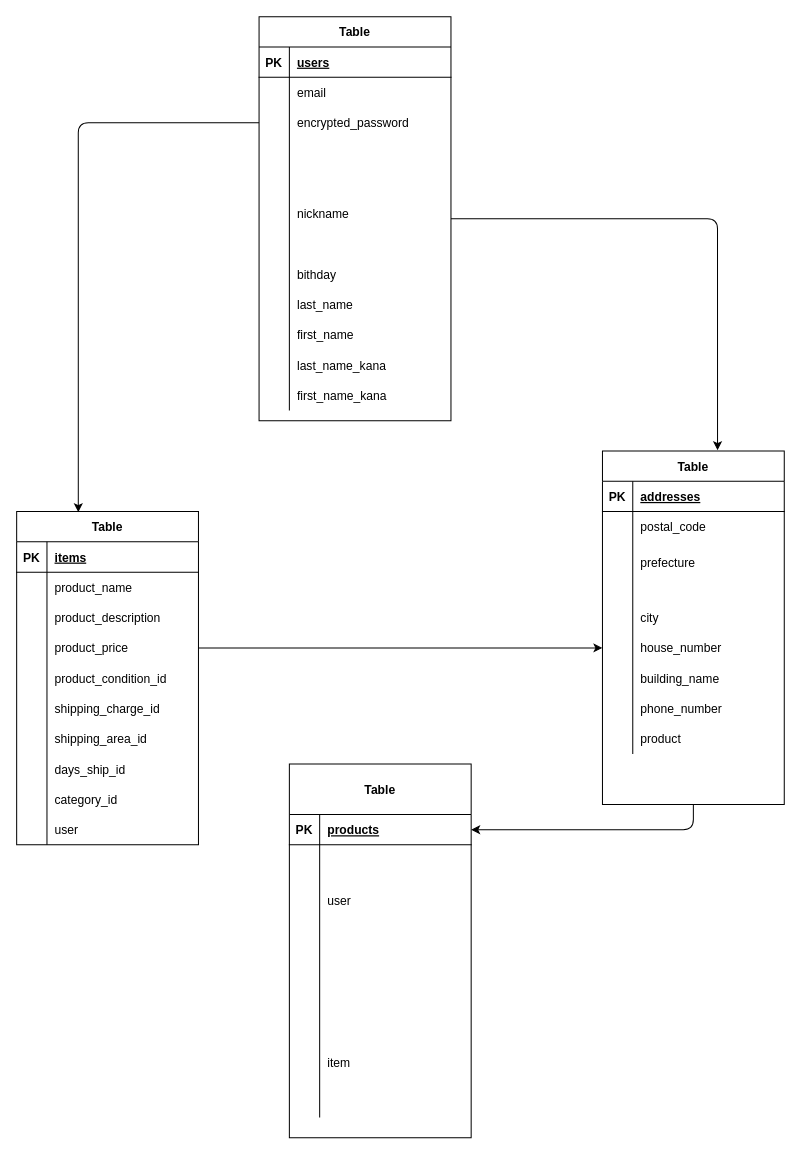
The draw.io diagram furima-35007.dio in Tatsuki5179/furima-35007, before the edit. Source tidied: cells renumbered, new cells numbered last; positions are measured from the earlier drawing's top-left corner, leaving out a move shared by most shapes. Both pictures are drawn from the tidied source at 101%, with x=0, y=0 at pixel (16, 16).
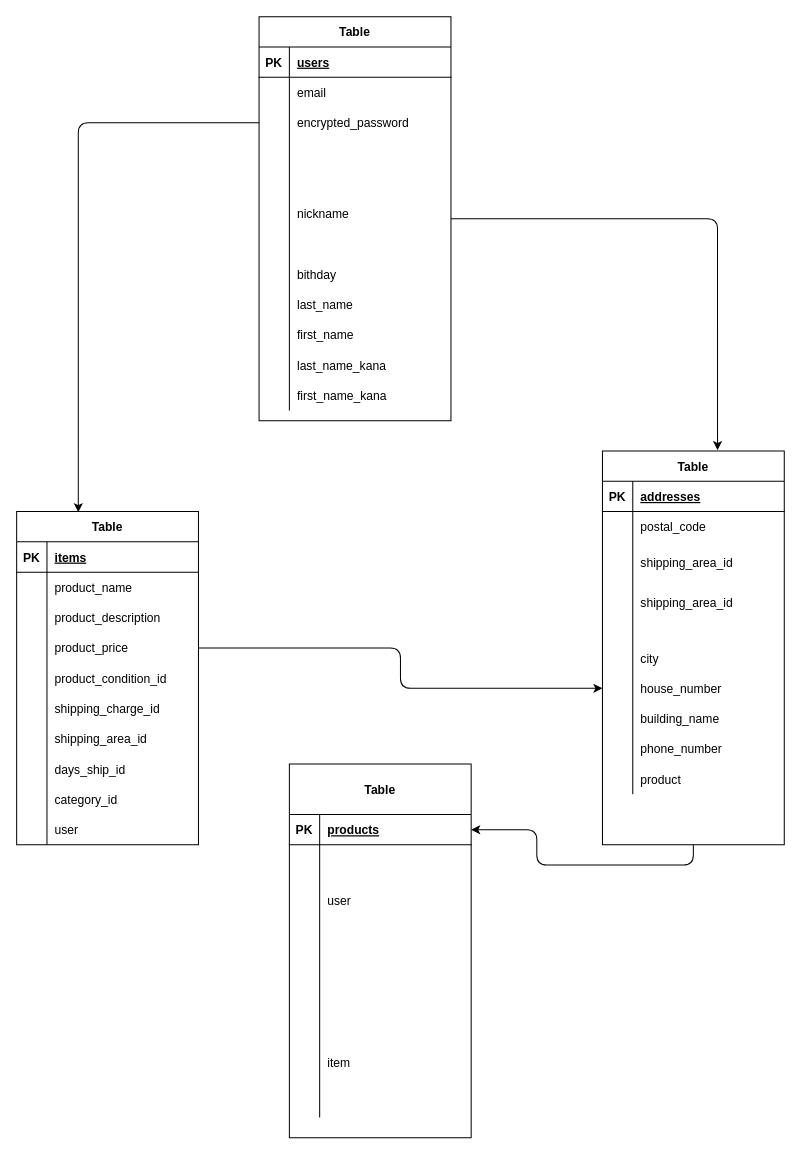
Above is the later version.

Diff of the diagram source:
```diff
@@
     <mxCell id="34" value="Table" style="shape=table;startSize=30;childLayout=tableLayout;rowLines=0;fontStyle=1;align=center;rounded=0;sketch=0;" parent="1" vertex="1">
-      <mxGeometry x="580" y="430" width="180" height="350" as="geometry" />
+      <mxGeometry x="580" y="430" width="180" height="390" as="geometry" />
     </mxCell>
@@
+    <mxCell id="118" style="shape=partialRectangle;fillColor=none;top=0;left=0;bottom=0;right=0;" parent="34" vertex="1">
+      <mxGeometry y="90" width="180" height="40" as="geometry" />
+    </mxCell>
+    <mxCell id="119" style="shape=partialRectangle;fillColor=none;top=0;left=0;bottom=0;right=0;overflow=hidden;" parent="118" vertex="1">
+      <mxGeometry width="30" height="40" as="geometry" />
+    </mxCell>
+    <mxCell id="120" value="shipping_area_id" style="shape=partialRectangle;fillColor=none;top=0;left=0;bottom=0;right=0;align=left;spacingLeft=6;overflow=hidden;" parent="118" vertex="1">
+      <mxGeometry x="30" width="150" height="40" as="geometry" />
+    </mxCell>
     <mxCell id="41" style="shape=partialRectangle;fillColor=none;top=0;left=0;bottom=0;right=0;" parent="34" vertex="1">
-      <mxGeometry y="90" width="180" height="40" as="geometry" />
+      <mxGeometry y="130" width="180" height="40" as="geometry" />
     </mxCell>
@@
-    <mxCell id="43" value="prefecture" style="shape=partialRectangle;fillColor=none;top=0;left=0;bottom=0;right=0;align=left;spacingLeft=6;overflow=hidden;" parent="41" vertex="1">
+    <mxCell id="43" value="shipping_area_id" style="shape=partialRectangle;fillColor=none;top=0;left=0;bottom=0;right=0;align=left;spacingLeft=6;overflow=hidden;" parent="41" vertex="1">
       <mxGeometry x="30" width="150" height="40" as="geometry" />
     </mxCell>
     <mxCell id="44" style="shape=partialRectangle;fillColor=none;top=0;left=0;bottom=0;right=0;" parent="34" vertex="1">
-      <mxGeometry y="130" width="180" height="20" as="geometry" />
+      <mxGeometry y="170" width="180" height="20" as="geometry" />
     </mxCell>
@@
     <mxCell id="47" style="shape=partialRectangle;fillColor=none;top=0;left=0;bottom=0;right=0;" parent="34" vertex="1">
-      <mxGeometry y="150" width="180" height="30" as="geometry" />
+      <mxGeometry y="190" width="180" height="30" as="geometry" />
     </mxCell>
@@
     <mxCell id="50" style="shape=partialRectangle;fillColor=none;top=0;left=0;bottom=0;right=0;points=[[0,0.5],[1,0.5]];portConstraint=eastwest;" parent="34" vertex="1">
-      <mxGeometry y="180" width="180" height="30" as="geometry" />
+      <mxGeometry y="220" width="180" height="30" as="geometry" />
     </mxCell>
@@
     <mxCell id="53" style="shape=partialRectangle;fillColor=none;top=0;left=0;bottom=0;right=0;" parent="34" vertex="1">
-      <mxGeometry y="210" width="180" height="30" as="geometry" />
+      <mxGeometry y="250" width="180" height="30" as="geometry" />
     </mxCell>
@@
     <mxCell id="56" style="shape=partialRectangle;fillColor=none;top=0;left=0;bottom=0;right=0;" parent="34" vertex="1">
-      <mxGeometry y="240" width="180" height="30" as="geometry" />
+      <mxGeometry y="280" width="180" height="30" as="geometry" />
     </mxCell>
@@
     <mxCell id="59" style="shape=partialRectangle;fillColor=none;top=0;left=0;bottom=0;right=0;" parent="34" vertex="1">
-      <mxGeometry y="270" width="180" height="30" as="geometry" />
+      <mxGeometry y="310" width="180" height="30" as="geometry" />
     </mxCell>
```
